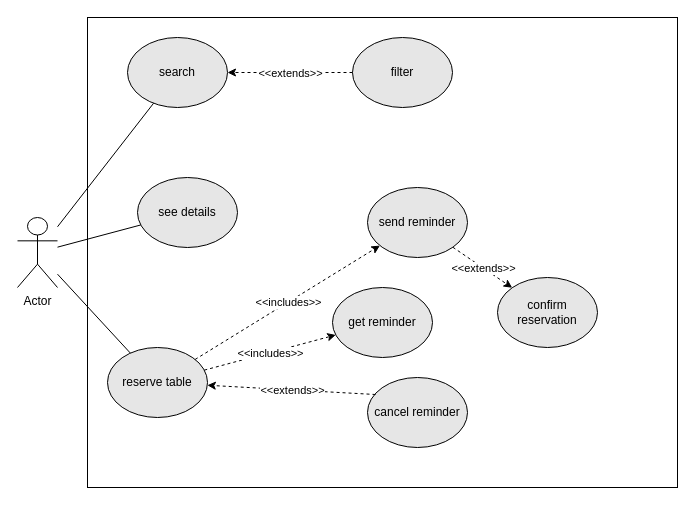
This is functionalModel.drawio from Eistbaren/models, a draw.io file, before an edit. Source tidied: cells renumbered, new cells numbered last; positions are measured from the earlier drawing's top-left corner, leaving out a move shared by most shapes. Both pictures are drawn from the tidied source at 100%, with x=0, y=0 at pixel (17, 17).
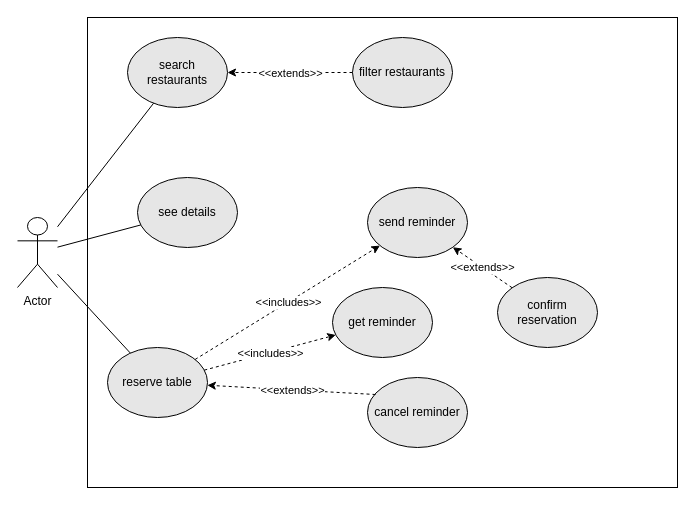
Above is the later version.

The change refers to these unchanged cells:
```xml
<mxCell id="8" value="send reminder" style="ellipse;whiteSpace=wrap;html=1;fillColor=#E6E6E6;" parent="1" vertex="1">
  <mxGeometry x="350" y="170" width="100" height="70" as="geometry" />
</mxCell>
<mxCell id="10" value="confirm reservation" style="ellipse;whiteSpace=wrap;html=1;fillColor=#E6E6E6;" parent="1" vertex="1">
  <mxGeometry x="480" y="260" width="100" height="70" as="geometry" />
</mxCell>
```

What changed in the source:
```diff
@@
-    <mxCell id="4" value="&lt;div&gt;search&lt;/div&gt;" style="ellipse;whiteSpace=wrap;html=1;fillColor=#E6E6E6;" parent="1" vertex="1">
+    <mxCell id="4" value="&lt;div&gt;search restaurants&lt;br&gt;&lt;/div&gt;" style="ellipse;whiteSpace=wrap;html=1;fillColor=#E6E6E6;" parent="1" vertex="1">
       <mxGeometry x="110" y="20" width="100" height="70" as="geometry" />
     </mxCell>
-    <mxCell id="5" value="filter" style="ellipse;whiteSpace=wrap;html=1;fillColor=#E6E6E6;" parent="1" vertex="1">
+    <mxCell id="5" value="filter restaurants" style="ellipse;whiteSpace=wrap;html=1;fillColor=#E6E6E6;" parent="1" vertex="1">
       <mxGeometry x="335" y="20" width="100" height="70" as="geometry" />
     </mxCell>
@@
-    <mxCell id="13" style="endArrow=classic;html=1;rounded=0;entryX=0;entryY=0;entryDx=0;entryDy=0;exitX=1;exitY=1;exitDx=0;exitDy=0;dashed=1;" parent="1" edge="1" source="8" target="10">
+    <mxCell id="13" style="endArrow=classic;html=1;rounded=0;entryX=1;entryY=1;entryDx=0;entryDy=0;exitX=0;exitY=0;exitDx=0;exitDy=0;dashed=1;" parent="1" edge="1" source="10" target="8">
       <mxGeometry relative="1" as="geometry" />
     </mxCell>
```
